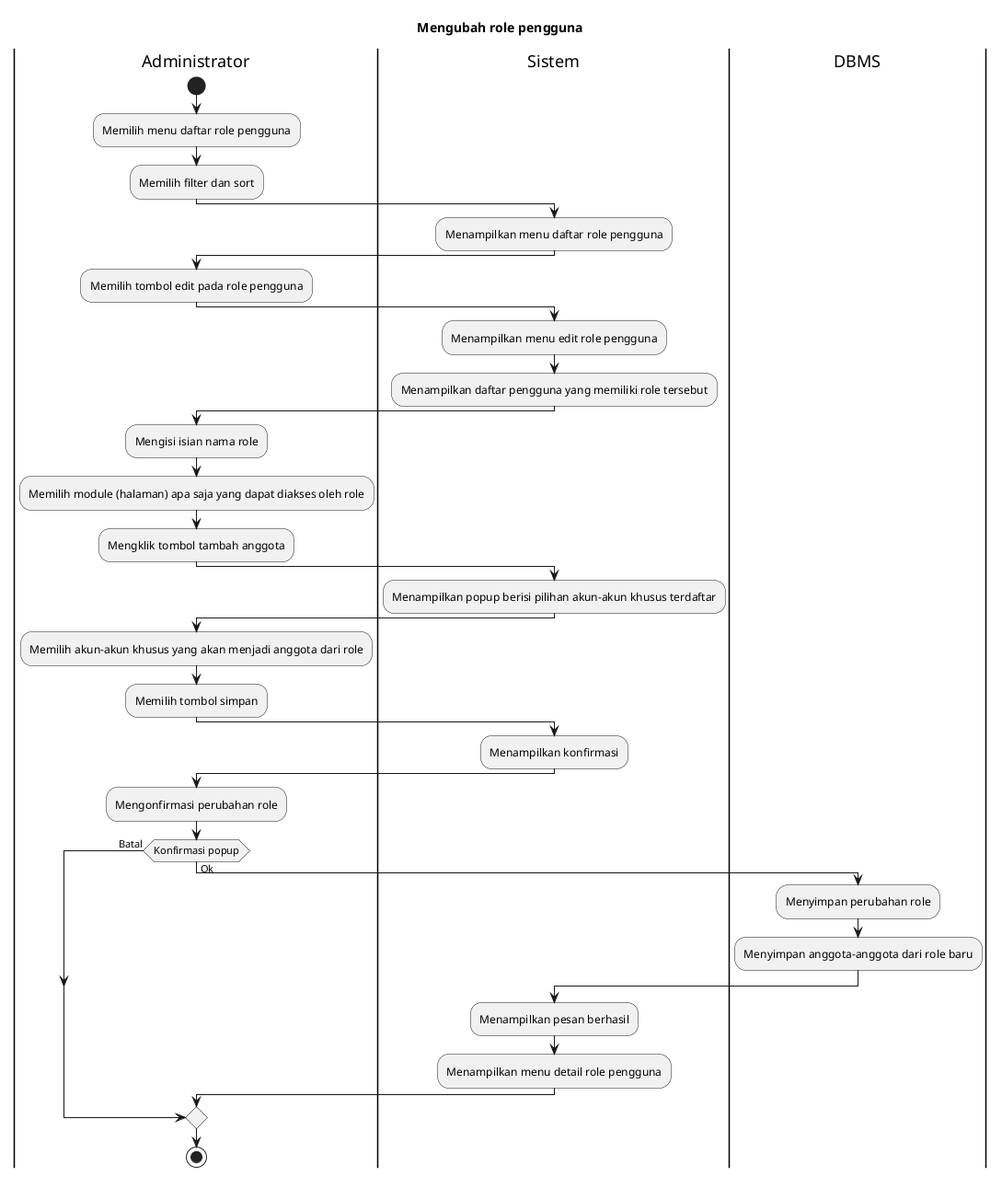
Earlier version of the PlantUML export export/Activity Diagrams/UC-MGUSER - Manajemen Pengguna/UC-MGUSER-007 - Mengubah role pengguna.png (bagusNA/appl-diagrams).
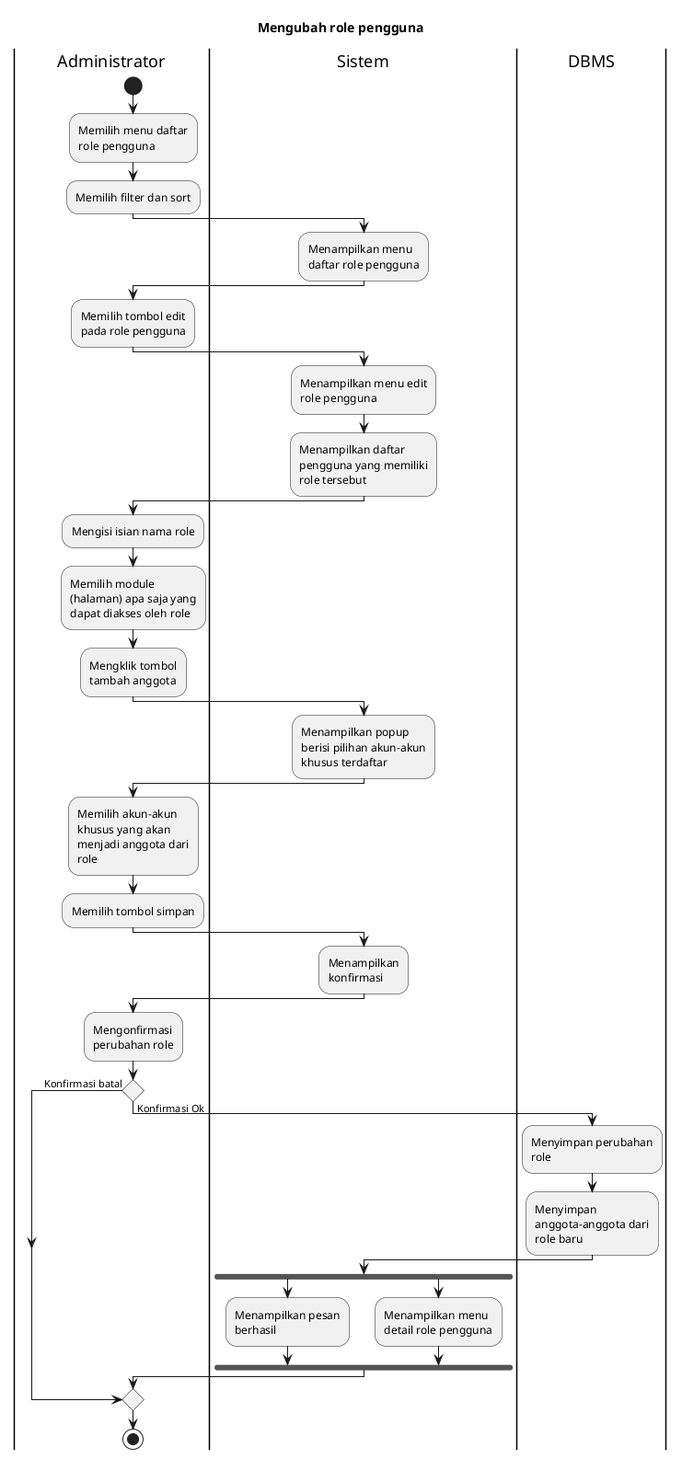
Later version of the same file.

Change to the diagram source:
```diff
@@ -1,4 +1,6 @@
 @startuml
+skinparam wrapWidth 140
+
 title Mengubah role pengguna
 
 |Administrator|
@@ -34,15 +36,18 @@
 |Administrator|
 :Mengonfirmasi perubahan role;
 
-if (Konfirmasi popup) then (Batal)
-else (Ok)
+if () then (Konfirmasi batal)
+else (Konfirmasi Ok)
   |DBMS|
   :Menyimpan perubahan role;
   :Menyimpan anggota-anggota dari role baru;
 
   |Sistem|
-  :Menampilkan pesan berhasil;
-  :Menampilkan menu detail role pengguna;
+  fork
+    :Menampilkan pesan berhasil;
+  fork again
+    :Menampilkan menu detail role pengguna;
+  endfork
 endif
 
 |Administrator|
```
